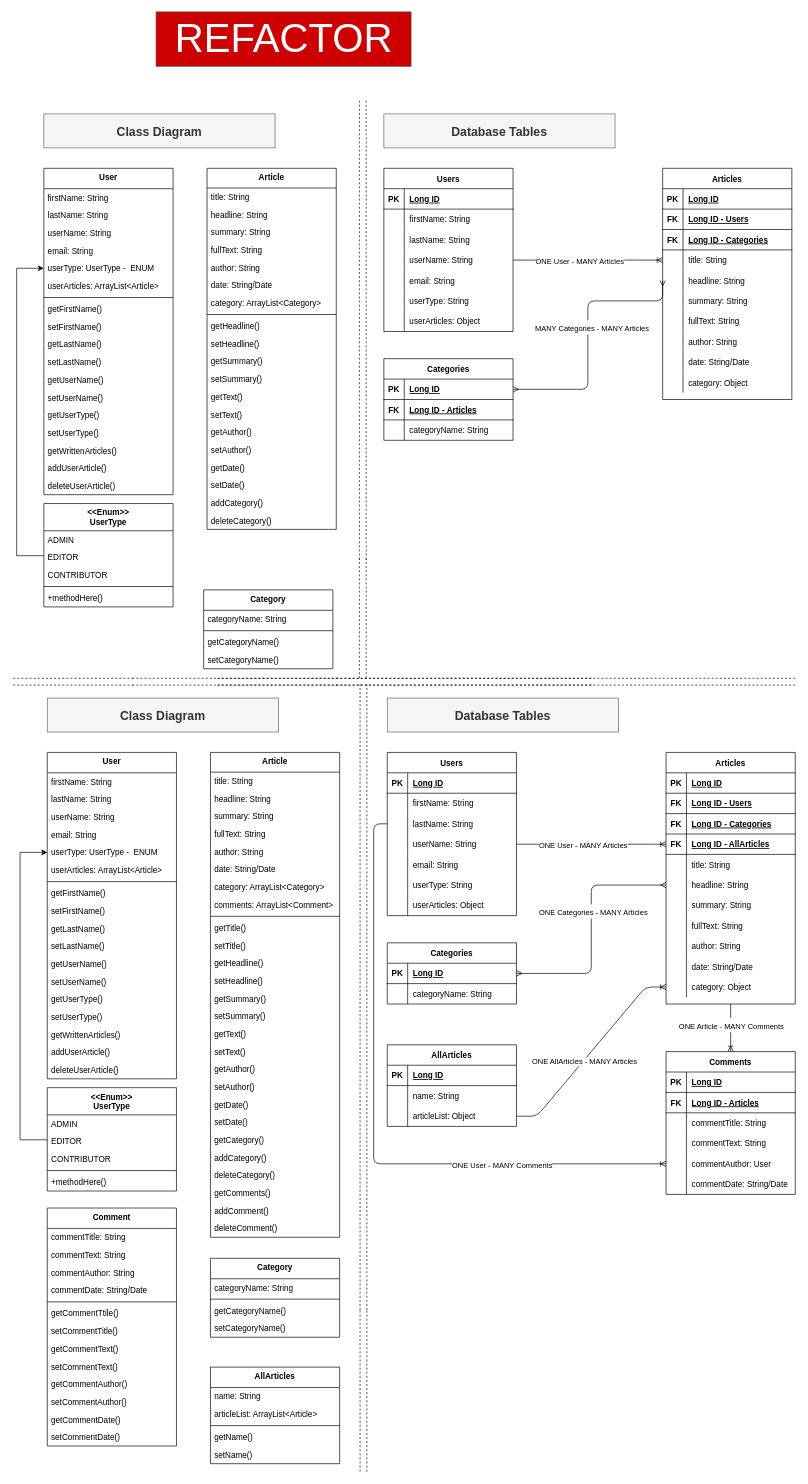
This is planning/cms_draft_plan_SERVER.drawio from jonnystv/Final_Project_News_CMS, a draw.io file, before an edit. Source tidied: cells renumbered, new cells numbered last; positions are measured from the earlier drawing's top-left corner, leaving out a move shared by most shapes. Both pictures are drawn from the tidied source at 68%, with x=0, y=0 at pixel (13, 12).
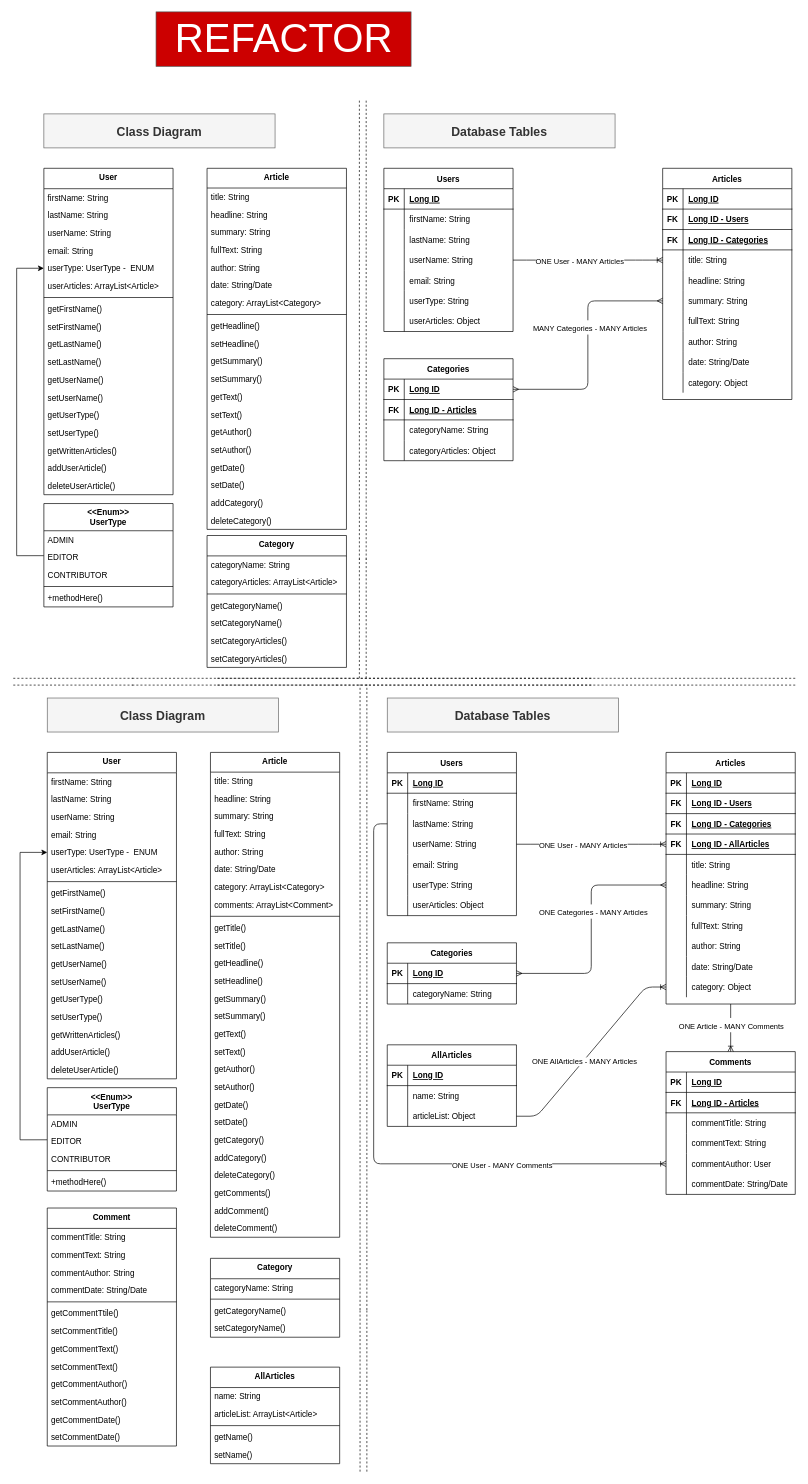
The same page after the edit.

Unchanged cells that the change refers to:
```xml
<mxCell id="255" style="shape=partialRectangle;fillColor=none;top=0;left=0;bottom=0;right=0;points=[[0,0.5],[1,0.5]];portConstraint=eastwest;" parent="242" vertex="1">
  <mxGeometry y="150" width="190" height="30" as="geometry" />
</mxCell>
<mxCell id="258" style="shape=partialRectangle;fillColor=none;top=0;left=0;bottom=0;right=0;points=[[0,0.5],[1,0.5]];portConstraint=eastwest;" parent="242" vertex="1">
  <mxGeometry y="180" width="190" height="30" as="geometry" />
</mxCell>
<mxCell id="296" style="shape=partialRectangle;fillColor=none;top=0;left=0;bottom=1;right=0;points=[[0,0.5],[1,0.5]];portConstraint=eastwest;" parent="295" vertex="1">
  <mxGeometry y="30" width="190" height="30" as="geometry" />
</mxCell>
```

The edit, as a diff of the source:
```diff
@@
     <mxCell id="209" value="Article" style="swimlane;fontStyle=1;align=center;verticalAlign=top;horizontal=1;startSize=29;rounded=0;shadow=0;glass=0;strokeColor=#000000;swimlaneFillColor=#FFFFFF;" parent="1" vertex="1">
-      <mxGeometry x="285" y="230" width="190" height="531" as="geometry" />
+      <mxGeometry x="285" y="230" width="205" height="531" as="geometry" />
     </mxCell>
     <mxCell id="210" value="title: String" style="text;strokeColor=none;fillColor=none;align=left;verticalAlign=top;spacingLeft=4;spacingRight=4;overflow=hidden;" parent="209" vertex="1">
-      <mxGeometry y="29" width="190" height="26" as="geometry" />
+      <mxGeometry y="29" width="205" height="26" as="geometry" />
     </mxCell>
     <mxCell id="211" value="headline: String" style="text;strokeColor=none;fillColor=none;align=left;verticalAlign=top;spacingLeft=4;spacingRight=4;overflow=hidden;" parent="209" vertex="1">
-      <mxGeometry y="55" width="190" height="26" as="geometry" />
+      <mxGeometry y="55" width="205" height="26" as="geometry" />
     </mxCell>
     <mxCell id="212" value="summary: String" style="text;strokeColor=none;fillColor=none;align=left;verticalAlign=top;spacingLeft=4;spacingRight=4;overflow=hidden;" parent="209" vertex="1">
-      <mxGeometry y="81" width="190" height="26" as="geometry" />
+      <mxGeometry y="81" width="205" height="26" as="geometry" />
     </mxCell>
     <mxCell id="213" value="fullText: String" style="text;strokeColor=none;fillColor=none;align=left;verticalAlign=top;spacingLeft=4;spacingRight=4;overflow=hidden;" parent="209" vertex="1">
-      <mxGeometry y="107" width="190" height="26" as="geometry" />
+      <mxGeometry y="107" width="205" height="26" as="geometry" />
     </mxCell>
     <mxCell id="214" value="author: String" style="text;strokeColor=none;fillColor=none;align=left;verticalAlign=top;spacingLeft=4;spacingRight=4;overflow=hidden;" parent="209" vertex="1">
-      <mxGeometry y="133" width="190" height="26" as="geometry" />
+      <mxGeometry y="133" width="205" height="26" as="geometry" />
     </mxCell>
     <mxCell id="215" value="date: String/Date" style="text;strokeColor=none;fillColor=none;align=left;verticalAlign=top;spacingLeft=4;spacingRight=4;overflow=hidden;" parent="209" vertex="1">
-      <mxGeometry y="159" width="190" height="26" as="geometry" />
+      <mxGeometry y="159" width="205" height="26" as="geometry" />
     </mxCell>
     <mxCell id="216" value="category: ArrayList&lt;Category&gt;" style="text;strokeColor=none;fillColor=none;align=left;verticalAlign=top;spacingLeft=4;spacingRight=4;overflow=hidden;" parent="209" vertex="1">
-      <mxGeometry y="185" width="190" height="26" as="geometry" />
+      <mxGeometry y="185" width="205" height="26" as="geometry" />
     </mxCell>
     <mxCell id="217" style="line;strokeWidth=1;fillColor=none;align=left;verticalAlign=middle;spacingTop=-1;spacingLeft=3;spacingRight=3;labelPosition=right;" parent="209" vertex="1">
-      <mxGeometry y="211" width="190" height="8" as="geometry" />
+      <mxGeometry y="211" width="205" height="8" as="geometry" />
     </mxCell>
     <mxCell id="218" value="getHeadline()" style="text;strokeColor=none;fillColor=none;align=left;verticalAlign=top;spacingLeft=4;spacingRight=4;overflow=hidden;" parent="209" vertex="1">
-      <mxGeometry y="219" width="190" height="26" as="geometry" />
+      <mxGeometry y="219" width="205" height="26" as="geometry" />
     </mxCell>
     <mxCell id="219" value="setHeadline()" style="text;strokeColor=none;fillColor=none;align=left;verticalAlign=top;spacingLeft=4;spacingRight=4;overflow=hidden;" parent="209" vertex="1">
-      <mxGeometry y="245" width="190" height="26" as="geometry" />
+      <mxGeometry y="245" width="205" height="26" as="geometry" />
     </mxCell>
     <mxCell id="220" value="getSummary()" style="text;strokeColor=none;fillColor=none;align=left;verticalAlign=top;spacingLeft=4;spacingRight=4;overflow=hidden;" parent="209" vertex="1">
-      <mxGeometry y="271" width="190" height="26" as="geometry" />
+      <mxGeometry y="271" width="205" height="26" as="geometry" />
     </mxCell>
     <mxCell id="221" value="setSummary()" style="text;strokeColor=none;fillColor=none;align=left;verticalAlign=top;spacingLeft=4;spacingRight=4;overflow=hidden;" parent="209" vertex="1">
-      <mxGeometry y="297" width="190" height="26" as="geometry" />
+      <mxGeometry y="297" width="205" height="26" as="geometry" />
     </mxCell>
     <mxCell id="222" value="getText()" style="text;strokeColor=none;fillColor=none;align=left;verticalAlign=top;spacingLeft=4;spacingRight=4;overflow=hidden;" parent="209" vertex="1">
-      <mxGeometry y="323" width="190" height="26" as="geometry" />
+      <mxGeometry y="323" width="205" height="26" as="geometry" />
     </mxCell>
     <mxCell id="223" value="setText()" style="text;strokeColor=none;fillColor=none;align=left;verticalAlign=top;spacingLeft=4;spacingRight=4;overflow=hidden;" parent="209" vertex="1">
-      <mxGeometry y="349" width="190" height="26" as="geometry" />
+      <mxGeometry y="349" width="205" height="26" as="geometry" />
     </mxCell>
     <mxCell id="224" value="getAuthor()" style="text;strokeColor=none;fillColor=none;align=left;verticalAlign=top;spacingLeft=4;spacingRight=4;overflow=hidden;" parent="209" vertex="1">
-      <mxGeometry y="375" width="190" height="26" as="geometry" />
+      <mxGeometry y="375" width="205" height="26" as="geometry" />
     </mxCell>
     <mxCell id="225" value="setAuthor()" style="text;strokeColor=none;fillColor=none;align=left;verticalAlign=top;spacingLeft=4;spacingRight=4;overflow=hidden;" parent="209" vertex="1">
-      <mxGeometry y="401" width="190" height="26" as="geometry" />
+      <mxGeometry y="401" width="205" height="26" as="geometry" />
     </mxCell>
     <mxCell id="226" value="getDate()" style="text;strokeColor=none;fillColor=none;align=left;verticalAlign=top;spacingLeft=4;spacingRight=4;overflow=hidden;" parent="209" vertex="1">
-      <mxGeometry y="427" width="190" height="26" as="geometry" />
+      <mxGeometry y="427" width="205" height="26" as="geometry" />
     </mxCell>
     <mxCell id="227" value="setDate()" style="text;strokeColor=none;fillColor=none;align=left;verticalAlign=top;spacingLeft=4;spacingRight=4;overflow=hidden;" parent="209" vertex="1">
-      <mxGeometry y="453" width="190" height="26" as="geometry" />
+      <mxGeometry y="453" width="205" height="26" as="geometry" />
     </mxCell>
     <mxCell id="228" value="addCategory()" style="text;strokeColor=none;fillColor=none;align=left;verticalAlign=top;spacingLeft=4;spacingRight=4;overflow=hidden;" parent="209" vertex="1">
-      <mxGeometry y="479" width="190" height="26" as="geometry" />
+      <mxGeometry y="479" width="205" height="26" as="geometry" />
     </mxCell>
     <mxCell id="229" value="deleteCategory()" style="text;strokeColor=none;fillColor=none;align=left;verticalAlign=top;spacingLeft=4;spacingRight=4;overflow=hidden;" parent="209" vertex="1">
-      <mxGeometry y="505" width="190" height="26" as="geometry" />
+      <mxGeometry y="505" width="205" height="26" as="geometry" />
     </mxCell>
@@
     <mxCell id="237" value="Category" style="swimlane;fontStyle=1;align=center;verticalAlign=top;horizontal=1;startSize=30;rounded=0;shadow=0;glass=0;strokeColor=#000000;swimlaneFillColor=#FFFFFF;" parent="1" vertex="1">
-      <mxGeometry x="280" y="850" width="190" height="116" as="geometry" />
+      <mxGeometry x="285" y="770" width="205" height="194" as="geometry" />
     </mxCell>
     <mxCell id="238" value="categoryName: String" style="text;strokeColor=none;fillColor=none;align=left;verticalAlign=top;spacingLeft=4;spacingRight=4;overflow=hidden;" parent="237" vertex="1">
-      <mxGeometry y="30" width="190" height="26" as="geometry" />
+      <mxGeometry y="30" width="205" height="26" as="geometry" />
     </mxCell>
+    <mxCell id="329" value="categoryArticles: ArrayList&lt;Article&gt;" style="text;strokeColor=none;fillColor=none;align=left;verticalAlign=top;spacingLeft=4;spacingRight=4;overflow=hidden;" parent="237" vertex="1">
+      <mxGeometry y="56" width="205" height="26" as="geometry" />
+    </mxCell>
     <mxCell id="239" style="line;strokeWidth=1;fillColor=none;align=left;verticalAlign=middle;spacingTop=-1;spacingLeft=3;spacingRight=3;labelPosition=right;" parent="237" vertex="1">
-      <mxGeometry y="56" width="190" height="8" as="geometry" />
+      <mxGeometry y="82" width="205" height="8" as="geometry" />
     </mxCell>
     <mxCell id="240" value="getCategoryName()" style="text;strokeColor=none;fillColor=none;align=left;verticalAlign=top;spacingLeft=4;spacingRight=4;overflow=hidden;" parent="237" vertex="1">
-      <mxGeometry y="64" width="190" height="26" as="geometry" />
+      <mxGeometry y="90" width="205" height="26" as="geometry" />
     </mxCell>
     <mxCell id="241" value="setCategoryName()" style="text;strokeColor=none;fillColor=none;align=left;verticalAlign=top;spacingLeft=4;spacingRight=4;overflow=hidden;" parent="237" vertex="1">
-      <mxGeometry y="90" width="190" height="26" as="geometry" />
+      <mxGeometry y="116" width="205" height="26" as="geometry" />
     </mxCell>
+    <mxCell id="330" value="setCategoryArticles()" style="text;strokeColor=none;fillColor=none;align=left;verticalAlign=top;spacingLeft=4;spacingRight=4;overflow=hidden;" parent="237" vertex="1">
+      <mxGeometry y="142" width="205" height="26" as="geometry" />
+    </mxCell>
+    <mxCell id="331" value="setCategoryArticles()" style="text;strokeColor=none;fillColor=none;align=left;verticalAlign=top;spacingLeft=4;spacingRight=4;overflow=hidden;" parent="237" vertex="1">
+      <mxGeometry y="168" width="205" height="26" as="geometry" />
+    </mxCell>
@@
     <mxCell id="295" value="Categories" style="shape=table;startSize=30;childLayout=tableLayout;rowLines=0;fontStyle=1;align=center;rounded=0;shadow=0;glass=0;strokeColor=#000000;" parent="1" vertex="1">
-      <mxGeometry x="545" y="510" width="190" height="120" as="geometry" />
+      <mxGeometry x="545" y="510" width="190" height="150" as="geometry" />
     </mxCell>
@@
+    <mxCell id="332" style="shape=partialRectangle;fillColor=none;top=0;left=0;bottom=0;right=0;" parent="295" vertex="1">
+      <mxGeometry y="120" width="190" height="30" as="geometry" />
+    </mxCell>
+    <mxCell id="333" style="shape=partialRectangle;fillColor=none;top=0;left=0;bottom=0;right=0;overflow=hidden;" parent="332" vertex="1">
+      <mxGeometry width="30" height="30" as="geometry" />
+    </mxCell>
+    <mxCell id="334" value="categoryArticles: Object" style="shape=partialRectangle;fillColor=none;top=0;left=0;bottom=0;right=0;align=left;spacingLeft=6;overflow=hidden;" parent="332" vertex="1">
+      <mxGeometry x="30" width="160" height="30" as="geometry" />
+    </mxCell>
@@
-    <mxCell id="307" style="edgeStyle=orthogonalEdgeStyle;fontSize=12;html=1;endArrow=ERmany;startArrow=ERmany;entryX=0;entryY=0.5;entryDx=0;entryDy=0;exitX=1;exitY=0.5;exitDx=0;exitDy=0;" parent="1" edge="1" source="296" target="255">
+    <mxCell id="307" style="edgeStyle=orthogonalEdgeStyle;fontSize=12;html=1;endArrow=ERmany;startArrow=ERmany;exitX=1;exitY=0.5;exitDx=0;exitDy=0;entryX=0;entryY=0.5;entryDx=0;entryDy=0;" parent="1" edge="1" source="296" target="258">
       <mxGeometry relative="1" as="geometry">
         <Array as="points">
           <mxPoint x="845" y="555" />
           <mxPoint x="845" y="425" />
         </Array>
       </mxGeometry>
     </mxCell>
```
